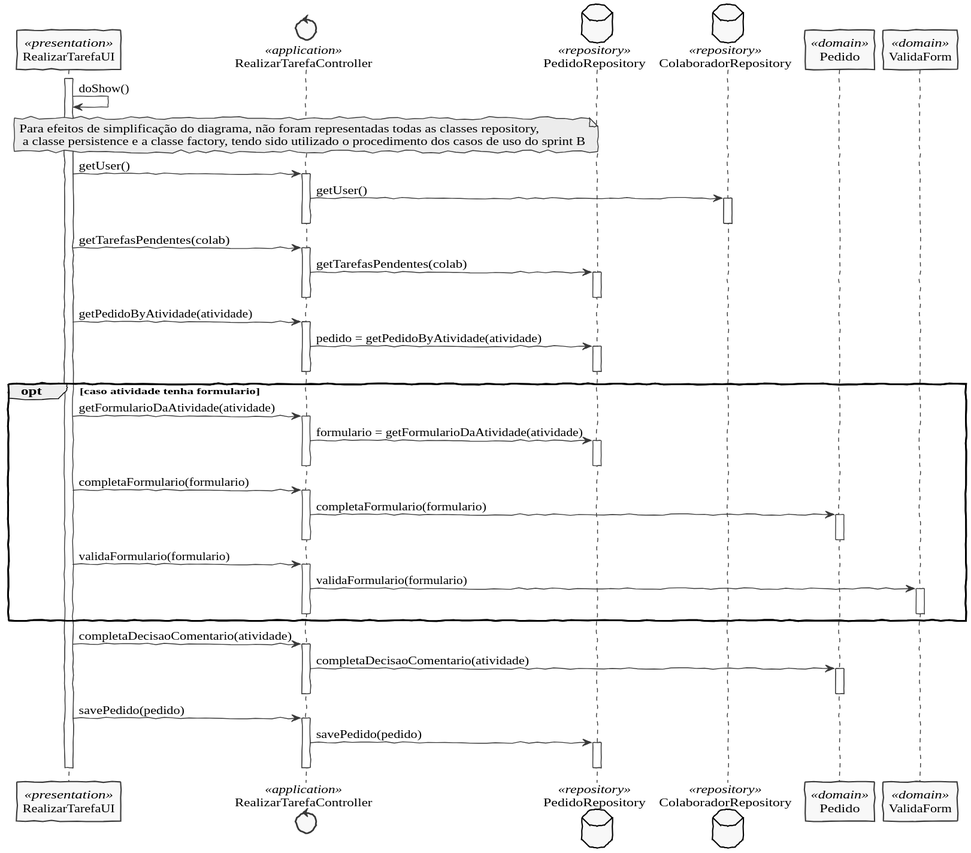
Earlier version of the PlantUML export docs/Sprint D/1190429/US3023/SD3023.svg (pedrolemos4/LAPR4). Its diagram source:
```plantuml
@startuml
skinparam handwritten true
skinparam monochrome true
skinparam packageStyle rect
skinparam defaultFontName FG Virgil
skinparam shadowing false

participant RealizarTarefaUI as UI <<presentation>>
control RealizarTarefaController as CTRL <<application>>
database PedidoRepository as PRepository <<repository>>
database ColaboradorRepository as CRepository <<repository>>
participant Pedido as P <<domain>>
participant ValidaForm as Valida <<domain>>

activate UI

UI -> UI : doShow()
 note over CTRL: Para efeitos de simplificação do diagrama, não foram representadas todas as classes repository,\n a classe persistence e a classe factory, tendo sido utilizado o procedimento dos casos de uso do sprint B
UI -> CTRL: getUser()
    activate CTRL
    CTRL -> CRepository: getUser()
      activate CRepository
      deactivate CRepository
    deactivate CTRL

UI -> CTRL: getTarefasPendentes(colab)
    activate CTRL
      CTRL -> PRepository: getTarefasPendentes(colab)
      activate PRepository
      deactivate PRepository
    deactivate CTRL

UI -> CTRL: getPedidoByAtividade(atividade)
    activate CTRL
    CTRL -> PRepository: pedido = getPedidoByAtividade(atividade)
      activate PRepository
      deactivate PRepository
    deactivate CTRL

opt caso atividade tenha formulario
UI -> CTRL: getFormularioDaAtividade(atividade)
    activate CTRL
    CTRL -> PRepository: formulario = getFormularioDaAtividade(atividade)
      activate PRepository
      deactivate PRepository
    deactivate CTRL

UI -> CTRL: completaFormulario(formulario)
    activate CTRL
    CTRL -> P: completaFormulario(formulario)
      activate P
      deactivate P
    deactivate CTRL

UI -> CTRL: validaFormulario(formulario)
    activate CTRL
    CTRL -> Valida: validaFormulario(formulario)
      activate Valida
      deactivate Valida
    deactivate CTRL
end

UI -> CTRL: completaDecisaoComentario(atividade)
    activate CTRL
    CTRL -> P: completaDecisaoComentario(atividade)
      activate P
      deactivate P
    deactivate CTRL

UI -> CTRL: savePedido(pedido)
    activate CTRL
    CTRL -> PRepository: savePedido(pedido)
      activate PRepository
      deactivate PRepository
    deactivate CTRL

deactivate UI
@enduml
```
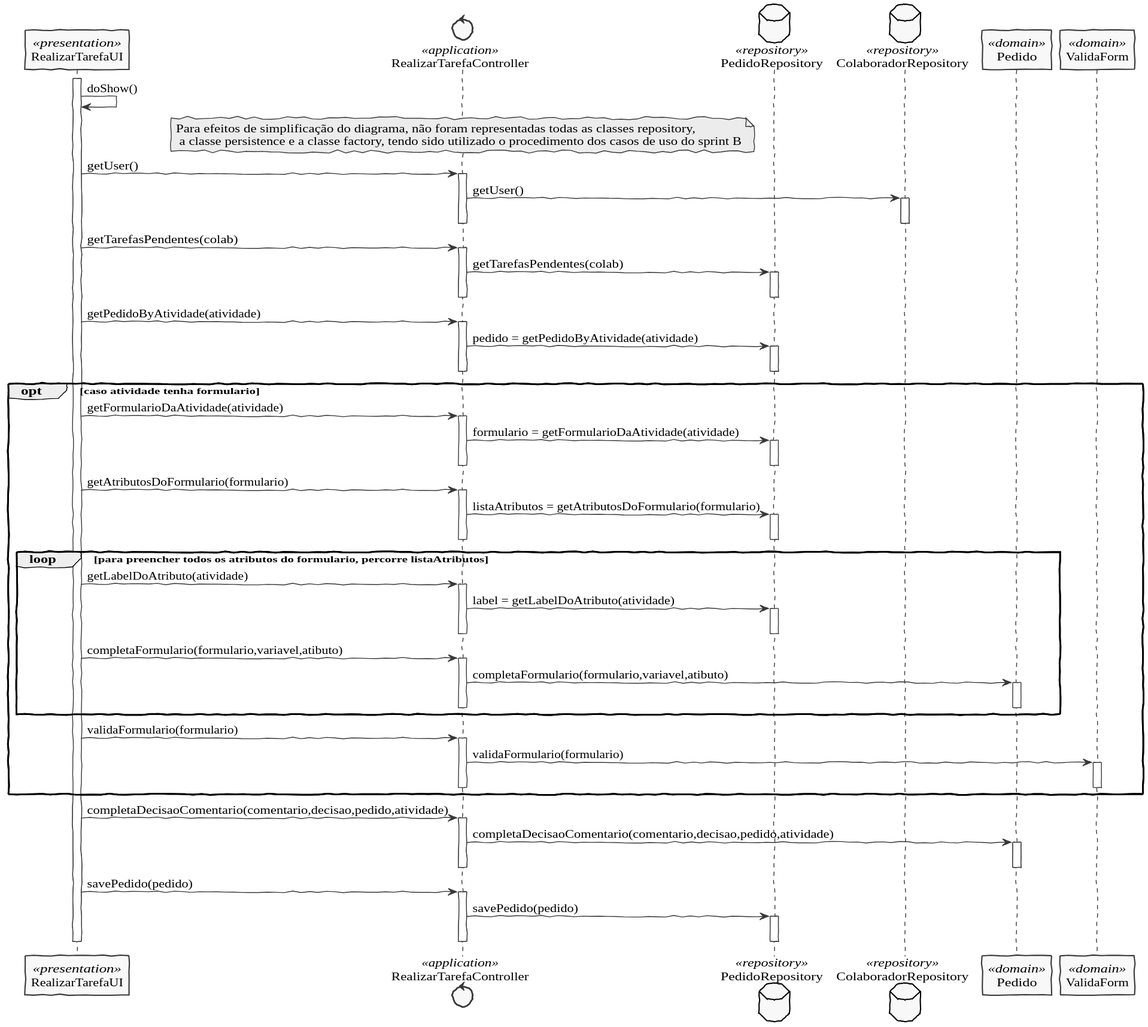
Later version of the same file.

Change to the diagram source:
```diff
@@ -45,12 +45,29 @@
       deactivate PRepository
     deactivate CTRL
 
-UI -> CTRL: completaFormulario(formulario)
+UI -> CTRL: getAtributosDoFormulario(formulario)
     activate CTRL
-    CTRL -> P: completaFormulario(formulario)
+    CTRL -> PRepository: listaAtributos = getAtributosDoFormulario(formulario)
+      activate PRepository
+      deactivate PRepository
+    deactivate CTRL
+
+loop para preencher todos os atributos do formulario, percorre listaAtributos
+UI -> CTRL: getLabelDoAtributo(atividade)
+    activate CTRL
+    CTRL -> PRepository: label = getLabelDoAtributo(atividade)
+      activate PRepository
+      deactivate PRepository
+    deactivate CTRL
+
+
+UI -> CTRL: completaFormulario(formulario,variavel,atibuto)
+    activate CTRL
+    CTRL -> P: completaFormulario(formulario,variavel,atibuto)
       activate P
       deactivate P
     deactivate CTRL
+end
 
 UI -> CTRL: validaFormulario(formulario)
     activate CTRL
@@ -60,9 +77,9 @@
     deactivate CTRL
 end
 
-UI -> CTRL: completaDecisaoComentario(atividade)
+UI -> CTRL: completaDecisaoComentario(comentario,decisao,pedido,atividade)
     activate CTRL
-    CTRL -> P: completaDecisaoComentario(atividade)
+    CTRL -> P: completaDecisaoComentario(comentario,decisao,pedido,atividade)
       activate P
       deactivate P
     deactivate CTRL
```
